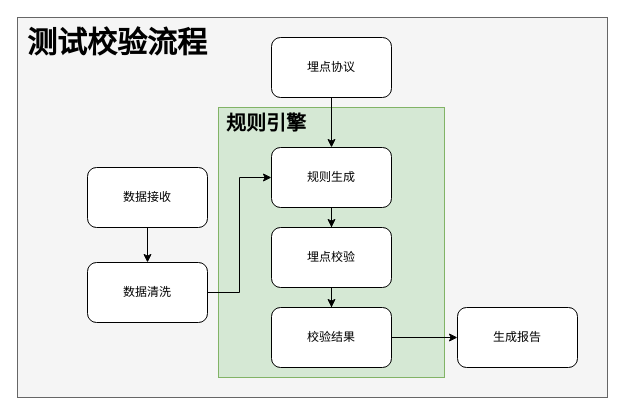
The draw.io diagram 数据采集中心-测试校验模块.drawio in shaozc3g/draw_io, before the edit. Source tidied: cells renumbered, new cells numbered last; positions are measured from the earlier drawing's top-left corner, leaving out a move shared by most shapes. Both pictures are drawn from the tidied source at 100%, with x=0, y=0 at pixel (17, 17).
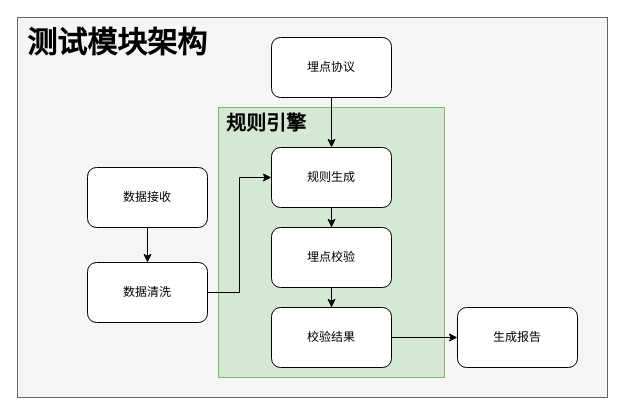
The same diagram, later.

Commit message:
更新数据采集中心-测试校验模块.drawio

What changed in the source:
```diff
@@
 <mxGraphModel>
   <root>
     <mxCell id="0" />
     <mxCell id="1" parent="0" />
     <mxCell id="2" style="rounded=0;whiteSpace=wrap;html=1;shadow=0;fillColor=#f5f5f5;strokeColor=#666666;fontColor=#333333;" parent="1" vertex="1">
       <mxGeometry width="590" height="380" as="geometry" />
     </mxCell>
     <mxCell id="3" style="rounded=0;whiteSpace=wrap;html=1;fillColor=#d5e8d4;strokeColor=#82b366;" parent="1" vertex="1">
       <mxGeometry x="201" y="90" width="226" height="270" as="geometry" />
     </mxCell>
     <mxCell id="4" style="edgeStyle=orthogonalEdgeStyle;rounded=0;jettySize=auto;html=1;exitX=0.5;exitY=1;exitDx=0;exitDy=0;" parent="1" edge="1" source="5" target="7">
       <mxGeometry relative="1" as="geometry" />
     </mxCell>
     <mxCell id="5" value="数据接收" style="rounded=1;whiteSpace=wrap;html=1;" parent="1" vertex="1">
       <mxGeometry x="70" y="150" width="120" height="60" as="geometry" />
     </mxCell>
     <mxCell id="6" style="edgeStyle=orthogonalEdgeStyle;rounded=0;jettySize=auto;html=1;entryX=0;entryY=0.5;entryDx=0;entryDy=0;" parent="1" edge="1" source="7" target="11">
       <mxGeometry relative="1" as="geometry" />
     </mxCell>
     <mxCell id="7" value="数据清洗" style="rounded=1;whiteSpace=wrap;html=1;" parent="1" vertex="1">
       <mxGeometry x="70" y="245" width="120" height="60" as="geometry" />
     </mxCell>
     <mxCell id="8" style="edgeStyle=orthogonalEdgeStyle;rounded=0;jettySize=auto;html=1;exitX=0.5;exitY=1;exitDx=0;exitDy=0;" parent="1" edge="1" source="9" target="11">
       <mxGeometry relative="1" as="geometry" />
     </mxCell>
     <mxCell id="9" value="埋点协议" style="rounded=1;whiteSpace=wrap;html=1;" parent="1" vertex="1">
       <mxGeometry x="254" y="20" width="120" height="60" as="geometry" />
     </mxCell>
     <mxCell id="10" style="edgeStyle=orthogonalEdgeStyle;rounded=0;jettySize=auto;html=1;exitX=0.5;exitY=1;exitDx=0;exitDy=0;" parent="1" edge="1" source="11" target="13">
       <mxGeometry relative="1" as="geometry" />
     </mxCell>
     <mxCell id="11" value="规则生成" style="rounded=1;whiteSpace=wrap;html=1;" parent="1" vertex="1">
       <mxGeometry x="254" y="130" width="120" height="60" as="geometry" />
     </mxCell>
     <mxCell id="12" style="edgeStyle=orthogonalEdgeStyle;rounded=0;jettySize=auto;html=1;exitX=0.5;exitY=1;exitDx=0;exitDy=0;" parent="1" edge="1" source="13" target="15">
       <mxGeometry relative="1" as="geometry" />
     </mxCell>
     <mxCell id="13" value="埋点校验" style="rounded=1;whiteSpace=wrap;html=1;" parent="1" vertex="1">
       <mxGeometry x="254" y="210" width="120" height="60" as="geometry" />
     </mxCell>
     <mxCell id="14" style="edgeStyle=orthogonalEdgeStyle;rounded=0;jettySize=auto;html=1;exitX=1;exitY=0.5;exitDx=0;exitDy=0;entryX=0;entryY=0.5;entryDx=0;entryDy=0;" parent="1" edge="1" source="15" target="16">
       <mxGeometry relative="1" as="geometry" />
     </mxCell>
     <mxCell id="15" value="校验结果" style="rounded=1;whiteSpace=wrap;html=1;" parent="1" vertex="1">
       <mxGeometry x="254" y="290" width="120" height="60" as="geometry" />
     </mxCell>
     <mxCell id="16" value="生成报告" style="rounded=1;whiteSpace=wrap;html=1;" parent="1" vertex="1">
       <mxGeometry x="440" y="290" width="120" height="60" as="geometry" />
     </mxCell>
     <mxCell id="17" value="规则引擎" style="text;html=1;strokeColor=none;fillColor=none;align=center;verticalAlign=middle;whiteSpace=wrap;rounded=0;fontStyle=1;fontSize=20;" parent="1" vertex="1">
       <mxGeometry x="201" y="90" width="96" height="30" as="geometry" />
     </mxCell>
-    <mxCell id="18" value="测试校验流程" style="text;html=1;strokeColor=none;fillColor=none;align=center;verticalAlign=middle;whiteSpace=wrap;rounded=0;fontSize=30;fontStyle=1;" parent="1" vertex="1">
+    <mxCell id="18" value="测试模块架构" style="text;html=1;strokeColor=none;fillColor=none;align=center;verticalAlign=middle;whiteSpace=wrap;rounded=0;fontSize=30;fontStyle=1;" parent="1" vertex="1">
       <mxGeometry width="200" height="50" as="geometry" />
     </mxCell>
   </root>
 </mxGraphModel>
```
